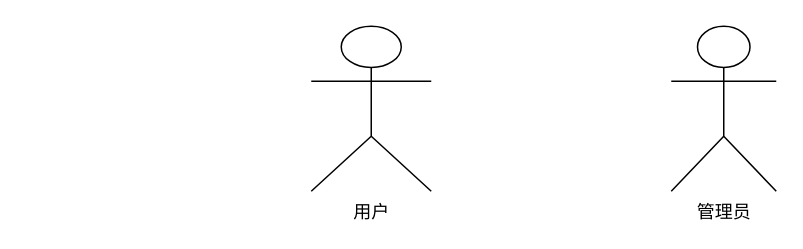
Before: uml-参与者.drawio in JMHello/draw, a draw.io diagram. Source tidied: cells renumbered, new cells numbered last; positions are measured from the earlier drawing's top-left corner, leaving out a move shared by most shapes. Both pictures are drawn from the tidied source at 150%, with x=0, y=0 at pixel (310, 26).
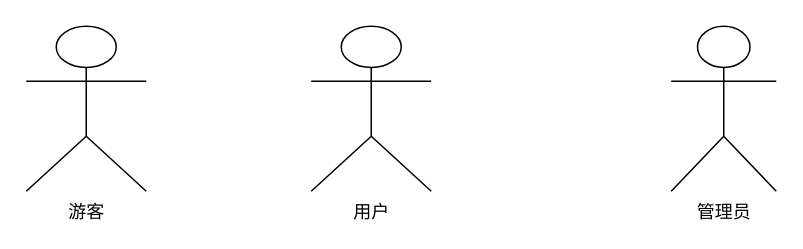
The same diagram, later.

The edit, as a diff of the source:
```diff
@@
 <mxGraphModel>
   <root>
     <mxCell id="0" />
     <mxCell id="1" parent="0" />
     <mxCell id="2" value="用户" style="shape=umlActor;verticalLabelPosition=bottom;labelBackgroundColor=#ffffff;verticalAlign=top;html=1;" parent="1" vertex="1">
       <mxGeometry width="80" height="110" as="geometry" />
     </mxCell>
     <mxCell id="3" value="管理员" style="shape=umlActor;verticalLabelPosition=bottom;labelBackgroundColor=#ffffff;verticalAlign=top;html=1;" parent="1" vertex="1">
       <mxGeometry x="240" width="70" height="110" as="geometry" />
     </mxCell>
+    <mxCell id="4" value="游客" style="shape=umlActor;verticalLabelPosition=bottom;labelBackgroundColor=#ffffff;verticalAlign=top;html=1;" parent="1" vertex="1">
+      <mxGeometry x="-190" width="80" height="110" as="geometry" />
+    </mxCell>
   </root>
 </mxGraphModel>
```
